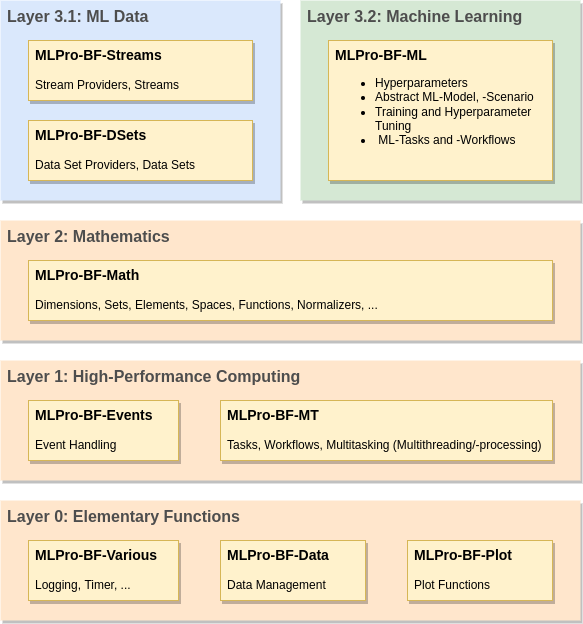
Before: doc/rtd/content/bf/images/MLPro-BF_Overview.drawio.png, a diagram exported from draw.io (fhswf/MLPro). Source tidied: cells renumbered, new cells last; positions are measured from the earlier drawing's top-left corner, leaving out a move shared by most shapes.
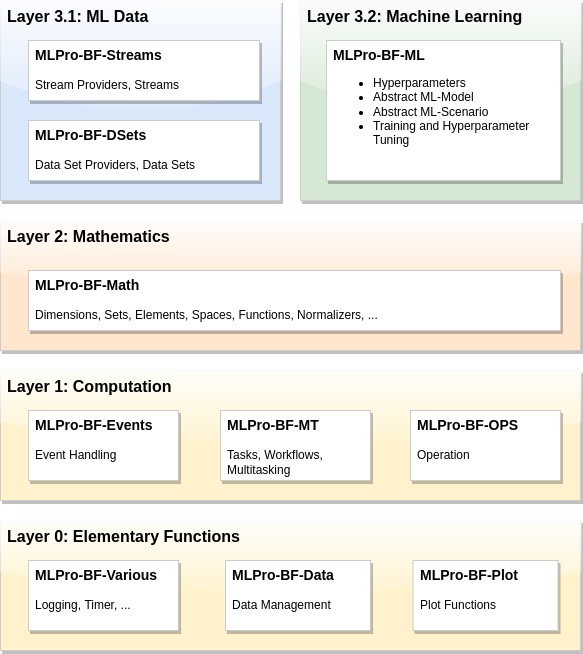
After the commit.

Change to the diagram source:
```diff
@@ -2,47 +2,50 @@
   <root>
     <mxCell id="0" />
     <mxCell id="1" parent="0" />
-    <mxCell id="2" value="Layer 0: Elementary Functions" style="rounded=0;whiteSpace=wrap;html=1;shadow=1;glass=0;fontSize=16;align=left;labelPosition=center;verticalLabelPosition=middle;verticalAlign=top;spacingLeft=5;fontStyle=1;strokeColor=none;fillColor=#ffe6cc;fontColor=#4D4D4D;" parent="1" vertex="1">
-      <mxGeometry y="500" width="580" height="120" as="geometry" />
+    <mxCell id="2" value="Layer 0: Elementary Functions" style="rounded=0;whiteSpace=wrap;html=1;shadow=1;glass=1;fontSize=16;align=left;labelPosition=center;verticalLabelPosition=middle;verticalAlign=top;spacingLeft=5;fontStyle=1;strokeColor=#CCCCCC;fillColor=#fff2cc;strokeWidth=1;fontFamily=Helvetica;" parent="1" vertex="1">
+      <mxGeometry y="510" width="580" height="130" as="geometry" />
     </mxCell>
-    <mxCell id="3" value="Layer 3.2: Machine Learning" style="rounded=0;whiteSpace=wrap;html=1;shadow=1;glass=0;fontSize=16;dashed=1;align=left;labelPosition=center;verticalLabelPosition=middle;verticalAlign=top;spacingLeft=5;spacingRight=5;fontStyle=1;fillColor=#d5e8d4;strokeColor=none;fontColor=#4D4D4D;" parent="1" vertex="1">
-      <mxGeometry x="300" width="280" height="200" as="geometry" />
+    <mxCell id="3" value="Layer 3.2: Machine Learning" style="rounded=0;whiteSpace=wrap;html=1;shadow=1;glass=1;fontSize=16;align=left;labelPosition=center;verticalLabelPosition=middle;verticalAlign=top;spacingLeft=5;spacingRight=5;fontStyle=1;fillColor=#d5e8d4;strokeColor=#CCCCCC;gradientColor=none;strokeWidth=1;" parent="1" vertex="1">
+      <mxGeometry x="300" y="-10" width="280" height="200" as="geometry" />
     </mxCell>
-    <mxCell id="4" value="Layer 3.1: ML Data" style="rounded=0;whiteSpace=wrap;html=1;shadow=1;glass=0;fontSize=16;dashed=1;align=left;labelPosition=center;verticalLabelPosition=middle;verticalAlign=top;spacingLeft=5;spacingRight=5;fontStyle=1;fillColor=#dae8fc;strokeColor=none;fontColor=#4D4D4D;" parent="1" vertex="1">
-      <mxGeometry width="280" height="200" as="geometry" />
+    <mxCell id="4" value="Layer 3.1: ML Data" style="rounded=0;whiteSpace=wrap;html=1;shadow=1;glass=1;fontSize=16;align=left;labelPosition=center;verticalLabelPosition=middle;verticalAlign=top;spacingLeft=5;spacingRight=5;fontStyle=1;fillColor=#dae8fc;strokeColor=#CCCCCC;strokeWidth=1;" parent="1" vertex="1">
+      <mxGeometry y="-10" width="280" height="200" as="geometry" />
     </mxCell>
-    <mxCell id="5" value="Layer 2: Mathematics" style="rounded=0;whiteSpace=wrap;html=1;shadow=1;glass=0;fontSize=16;dashed=1;align=left;labelPosition=center;verticalLabelPosition=middle;verticalAlign=top;spacingLeft=5;fontStyle=1;fillColor=#ffe6cc;strokeColor=none;fontColor=#4D4D4D;" parent="1" vertex="1">
-      <mxGeometry y="220" width="580" height="120" as="geometry" />
+    <mxCell id="5" value="Layer 2: Mathematics" style="rounded=0;whiteSpace=wrap;html=1;shadow=1;glass=1;fontSize=16;align=left;labelPosition=center;verticalLabelPosition=middle;verticalAlign=top;spacingLeft=5;fontStyle=1;fillColor=#ffe6cc;strokeColor=#CCCCCC;strokeWidth=1;" parent="1" vertex="1">
+      <mxGeometry y="210" width="580" height="130" as="geometry" />
     </mxCell>
-    <mxCell id="6" value="Layer 1: High-Performance Computing" style="rounded=0;whiteSpace=wrap;html=1;shadow=1;glass=0;fontSize=16;dashed=1;align=left;labelPosition=center;verticalLabelPosition=middle;verticalAlign=top;spacingLeft=5;fontStyle=1;fillColor=#ffe6cc;strokeColor=none;fontColor=#4D4D4D;" parent="1" vertex="1">
-      <mxGeometry y="360" width="580" height="120" as="geometry" />
+    <mxCell id="6" value="Layer 1: Computation" style="rounded=0;whiteSpace=wrap;html=1;shadow=1;glass=1;fontSize=16;align=left;labelPosition=center;verticalLabelPosition=middle;verticalAlign=top;spacingLeft=5;fontStyle=1;fillColor=#fff2cc;strokeColor=#CCCCCC;strokeWidth=1;" parent="1" vertex="1">
+      <mxGeometry y="360" width="580" height="130" as="geometry" />
     </mxCell>
-    <mxCell id="7" value="&lt;font style=&quot;font-size: 14px;&quot;&gt;MLPro-BF-Various&lt;/font&gt;&lt;br&gt;&lt;span style=&quot;font-weight: normal;&quot;&gt;&lt;br&gt;Logging, Timer, ...&lt;/span&gt;" style="rounded=0;whiteSpace=wrap;html=1;fillColor=#fff2cc;strokeColor=#d6b656;glass=0;shadow=1;align=left;verticalAlign=top;fontStyle=1;spacingLeft=5;" parent="1" vertex="1">
-      <mxGeometry x="28" y="540" width="150" height="60" as="geometry" />
+    <mxCell id="7" value="&lt;font style=&quot;font-size: 14px;&quot;&gt;MLPro-BF-Various&lt;/font&gt;&lt;br&gt;&lt;span style=&quot;font-weight: normal;&quot;&gt;&lt;br&gt;Logging, Timer, ...&lt;/span&gt;" style="rounded=0;whiteSpace=wrap;html=1;glass=0;shadow=1;align=left;verticalAlign=top;fontStyle=1;spacingLeft=5;strokeColor=#CCCCCC;" parent="1" vertex="1">
+      <mxGeometry x="28" y="550" width="150" height="70" as="geometry" />
     </mxCell>
-    <mxCell id="8" value="&lt;font style=&quot;font-size: 14px;&quot;&gt;MLPro-BF-Math&lt;br&gt;&lt;/font&gt;&lt;span style=&quot;font-weight: normal;&quot;&gt;&lt;br&gt;Dimensions, Sets, Elements, Spaces, Functions, Normalizers, ...&lt;/span&gt;" style="rounded=0;whiteSpace=wrap;html=1;fillColor=#fff2cc;strokeColor=#d6b656;glass=0;shadow=1;align=left;verticalAlign=top;fontStyle=1;spacingLeft=5;" parent="1" vertex="1">
-      <mxGeometry x="28" y="260" width="524" height="60" as="geometry" />
+    <mxCell id="8" value="&lt;font style=&quot;font-size: 14px;&quot;&gt;MLPro-BF-Math&lt;br&gt;&lt;/font&gt;&lt;span style=&quot;font-weight: normal;&quot;&gt;&lt;br&gt;Dimensions, Sets, Elements, Spaces, Functions, Normalizers, ...&lt;/span&gt;" style="rounded=0;whiteSpace=wrap;html=1;glass=0;shadow=1;align=left;verticalAlign=top;fontStyle=1;spacingLeft=5;strokeColor=#CCCCCC;" parent="1" vertex="1">
+      <mxGeometry x="28" y="260" width="532" height="60" as="geometry" />
     </mxCell>
-    <mxCell id="9" value="&lt;font style=&quot;font-size: 14px;&quot;&gt;MLPro-BF-Events&lt;/font&gt;&lt;br&gt;&lt;br&gt;&lt;span style=&quot;font-weight: normal;&quot;&gt;Event Handling&lt;/span&gt;" style="rounded=0;whiteSpace=wrap;html=1;fillColor=#fff2cc;strokeColor=#d6b656;glass=0;shadow=1;align=left;verticalAlign=top;fontStyle=1;spacingLeft=5;" parent="1" vertex="1">
-      <mxGeometry x="28" y="400" width="150" height="60" as="geometry" />
+    <mxCell id="9" value="&lt;font style=&quot;font-size: 14px;&quot;&gt;MLPro-BF-Events&lt;/font&gt;&lt;br&gt;&lt;br&gt;&lt;span style=&quot;font-weight: normal;&quot;&gt;Event Handling&lt;/span&gt;" style="rounded=0;whiteSpace=wrap;html=1;glass=0;shadow=1;align=left;verticalAlign=top;fontStyle=1;spacingLeft=5;strokeColor=#CCCCCC;" parent="1" vertex="1">
+      <mxGeometry x="28" y="400" width="150" height="70" as="geometry" />
     </mxCell>
-    <mxCell id="10" value="&lt;font style=&quot;font-size: 14px;&quot;&gt;MLPro-BF-MT &lt;/font&gt;&lt;br&gt;&lt;br&gt;&lt;span style=&quot;font-weight: normal;&quot;&gt;Tasks, Workflows, Multitasking (Multithreading/-processing)&lt;/span&gt;" style="rounded=0;whiteSpace=wrap;html=1;fillColor=#fff2cc;strokeColor=#d6b656;glass=0;shadow=1;align=left;verticalAlign=top;fontStyle=1;spacingLeft=5;" parent="1" vertex="1">
-      <mxGeometry x="220" y="400" width="332" height="60" as="geometry" />
+    <mxCell id="10" value="&lt;font style=&quot;font-size: 14px;&quot;&gt;MLPro-BF-MT &lt;/font&gt;&lt;br&gt;&lt;br&gt;&lt;span style=&quot;font-weight: normal;&quot;&gt;Tasks, Workflows, Multitasking&amp;nbsp;&lt;/span&gt;" style="rounded=0;whiteSpace=wrap;html=1;glass=0;shadow=1;align=left;verticalAlign=top;fontStyle=1;spacingLeft=5;strokeColor=#CCCCCC;" parent="1" vertex="1">
+      <mxGeometry x="220" y="400" width="150" height="70" as="geometry" />
     </mxCell>
-    <mxCell id="11" value="&lt;font style=&quot;font-size: 14px;&quot;&gt;MLPro-BF-Streams&lt;/font&gt;&lt;br&gt;&lt;br&gt;&lt;span style=&quot;font-weight: normal;&quot;&gt;Stream Providers, Streams&lt;/span&gt;" style="rounded=0;whiteSpace=wrap;html=1;fillColor=#fff2cc;strokeColor=#d6b656;glass=0;shadow=1;align=left;verticalAlign=top;fontStyle=1;spacingLeft=5;" parent="1" vertex="1">
-      <mxGeometry x="28" y="40" width="224" height="60" as="geometry" />
+    <mxCell id="11" value="&lt;font style=&quot;font-size: 14px;&quot;&gt;MLPro-BF-Streams&lt;/font&gt;&lt;br&gt;&lt;br&gt;&lt;span style=&quot;font-weight: normal;&quot;&gt;Stream Providers, Streams&lt;/span&gt;" style="rounded=0;whiteSpace=wrap;html=1;glass=0;shadow=1;align=left;verticalAlign=top;fontStyle=1;spacingLeft=5;strokeColor=#CCCCCC;" parent="1" vertex="1">
+      <mxGeometry x="28" y="30" width="231" height="60" as="geometry" />
     </mxCell>
-    <mxCell id="12" value="&lt;font style=&quot;font-size: 14px;&quot;&gt;MLPro-BF-Data&lt;/font&gt;&lt;br&gt;&lt;span style=&quot;font-weight: normal;&quot;&gt;&lt;br&gt;Data Management&lt;/span&gt;" style="rounded=0;whiteSpace=wrap;html=1;fillColor=#fff2cc;strokeColor=#d6b656;glass=0;shadow=1;align=left;verticalAlign=top;fontStyle=1;spacingLeft=5;" parent="1" vertex="1">
-      <mxGeometry x="220" y="540" width="145" height="60" as="geometry" />
+    <mxCell id="12" value="&lt;font style=&quot;font-size: 14px;&quot;&gt;MLPro-BF-Data&lt;/font&gt;&lt;br&gt;&lt;span style=&quot;font-weight: normal;&quot;&gt;&lt;br&gt;Data Management&lt;/span&gt;" style="rounded=0;whiteSpace=wrap;html=1;glass=0;shadow=1;align=left;verticalAlign=top;fontStyle=1;spacingLeft=5;strokeColor=#CCCCCC;" parent="1" vertex="1">
+      <mxGeometry x="225" y="550" width="145" height="70" as="geometry" />
     </mxCell>
-    <mxCell id="13" value="&lt;font style=&quot;font-size: 14px;&quot;&gt;MLPro-BF-ML&lt;/font&gt;&lt;span style=&quot;background-color: initial; font-weight: normal;&quot;&gt;&lt;br&gt;&lt;ul&gt;&lt;li&gt;&lt;span style=&quot;background-color: initial; font-weight: normal;&quot;&gt;Hyperparameters&lt;/span&gt;&lt;/li&gt;&lt;li&gt;&lt;span style=&quot;background-color: initial; font-weight: normal;&quot;&gt;Abstract ML-Model, -Scenario&lt;/span&gt;&lt;/li&gt;&lt;li&gt;&lt;span style=&quot;background-color: initial; font-weight: normal;&quot;&gt;Training and Hyperparameter Tuning&lt;/span&gt;&lt;/li&gt;&lt;li&gt;&lt;span style=&quot;background-color: initial; font-weight: normal;&quot;&gt;&amp;nbsp;ML-Tasks and -Workflows&lt;/span&gt;&lt;/li&gt;&lt;/ul&gt;&lt;/span&gt;&lt;blockquote style=&quot;margin: 0 0 0 40px; border: none; padding: 0px;&quot;&gt;&lt;/blockquote&gt;&lt;blockquote style=&quot;margin: 0 0 0 40px; border: none; padding: 0px;&quot;&gt;&lt;/blockquote&gt;" style="rounded=0;whiteSpace=wrap;html=1;fillColor=#fff2cc;strokeColor=#d6b656;glass=0;shadow=1;align=left;verticalAlign=top;fontStyle=1;spacingLeft=5;" parent="1" vertex="1">
-      <mxGeometry x="328" y="40" width="224" height="140" as="geometry" />
+    <mxCell id="13" value="&lt;font style=&quot;font-size: 14px;&quot;&gt;MLPro-BF-ML&lt;/font&gt;&lt;span style=&quot;background-color: initial; font-weight: normal;&quot;&gt;&lt;br&gt;&lt;ul&gt;&lt;li&gt;&lt;span style=&quot;background-color: initial; font-weight: normal;&quot;&gt;Hyperparameters&lt;/span&gt;&lt;/li&gt;&lt;li&gt;&lt;span style=&quot;background-color: initial; font-weight: normal;&quot;&gt;Abstract ML-Model&lt;/span&gt;&lt;/li&gt;&lt;li&gt;&lt;span style=&quot;background-color: initial; font-weight: normal;&quot;&gt;Abstract ML-Scenario&lt;/span&gt;&lt;/li&gt;&lt;li&gt;&lt;span style=&quot;background-color: initial; font-weight: normal;&quot;&gt;Training and Hyperparameter Tuning&lt;/span&gt;&lt;/li&gt;&lt;/ul&gt;&lt;/span&gt;&lt;blockquote style=&quot;margin: 0 0 0 40px; border: none; padding: 0px;&quot;&gt;&lt;/blockquote&gt;&lt;blockquote style=&quot;margin: 0 0 0 40px; border: none; padding: 0px;&quot;&gt;&lt;/blockquote&gt;" style="rounded=0;whiteSpace=wrap;html=1;glass=0;shadow=1;align=left;verticalAlign=top;fontStyle=1;spacingLeft=5;strokeColor=#CCCCCC;" parent="1" vertex="1">
+      <mxGeometry x="326" y="30" width="234" height="140" as="geometry" />
     </mxCell>
-    <mxCell id="14" value="&lt;font style=&quot;font-size: 14px;&quot;&gt;MLPro-BF-Plot&lt;/font&gt;&lt;br&gt;&lt;span style=&quot;font-weight: normal;&quot;&gt;&lt;br&gt;Plot Functions&lt;/span&gt;" style="rounded=0;whiteSpace=wrap;html=1;fillColor=#fff2cc;strokeColor=#d6b656;glass=0;shadow=1;align=left;verticalAlign=top;fontStyle=1;spacingLeft=5;" parent="1" vertex="1">
-      <mxGeometry x="407" y="540" width="145" height="60" as="geometry" />
+    <mxCell id="14" value="&lt;font style=&quot;font-size: 14px;&quot;&gt;MLPro-BF-Plot&lt;/font&gt;&lt;br&gt;&lt;span style=&quot;font-weight: normal;&quot;&gt;&lt;br&gt;Plot Functions&lt;/span&gt;" style="rounded=0;whiteSpace=wrap;html=1;glass=0;shadow=1;align=left;verticalAlign=top;fontStyle=1;spacingLeft=5;strokeColor=#CCCCCC;" parent="1" vertex="1">
+      <mxGeometry x="412.5" y="550" width="145" height="70" as="geometry" />
     </mxCell>
-    <mxCell id="15" value="&lt;font style=&quot;font-size: 14px;&quot;&gt;MLPro-BF-DSets&lt;/font&gt;&lt;br&gt;&lt;br&gt;&lt;span style=&quot;font-weight: normal;&quot;&gt;Data Set Providers, Data Sets&lt;/span&gt;" style="rounded=0;whiteSpace=wrap;html=1;fillColor=#fff2cc;strokeColor=#d6b656;glass=0;shadow=1;align=left;verticalAlign=top;fontStyle=1;spacingLeft=5;" parent="1" vertex="1">
-      <mxGeometry x="28" y="120" width="224" height="60" as="geometry" />
+    <mxCell id="15" value="&lt;font style=&quot;font-size: 14px;&quot;&gt;MLPro-BF-DSets&lt;/font&gt;&lt;br&gt;&lt;br&gt;&lt;span style=&quot;font-weight: normal;&quot;&gt;Data Set Providers, Data Sets&lt;/span&gt;" style="rounded=0;whiteSpace=wrap;html=1;glass=0;shadow=1;align=left;verticalAlign=top;fontStyle=1;spacingLeft=5;strokeColor=#CCCCCC;" parent="1" vertex="1">
+      <mxGeometry x="28" y="110" width="231" height="60" as="geometry" />
     </mxCell>
+    <mxCell id="16" value="&lt;span style=&quot;font-size: 14px;&quot;&gt;MLPro-BF-OPS&lt;br&gt;&lt;/span&gt;&lt;br&gt;&lt;span style=&quot;font-weight: normal;&quot;&gt;Operation&lt;/span&gt;" style="rounded=0;whiteSpace=wrap;html=1;glass=0;shadow=1;align=left;verticalAlign=top;fontStyle=1;spacingLeft=5;strokeColor=#CCCCCC;" parent="1" vertex="1">
+      <mxGeometry x="410" y="400" width="150" height="70" as="geometry" />
+    </mxCell>
   </root>
 </mxGraphModel>
```
